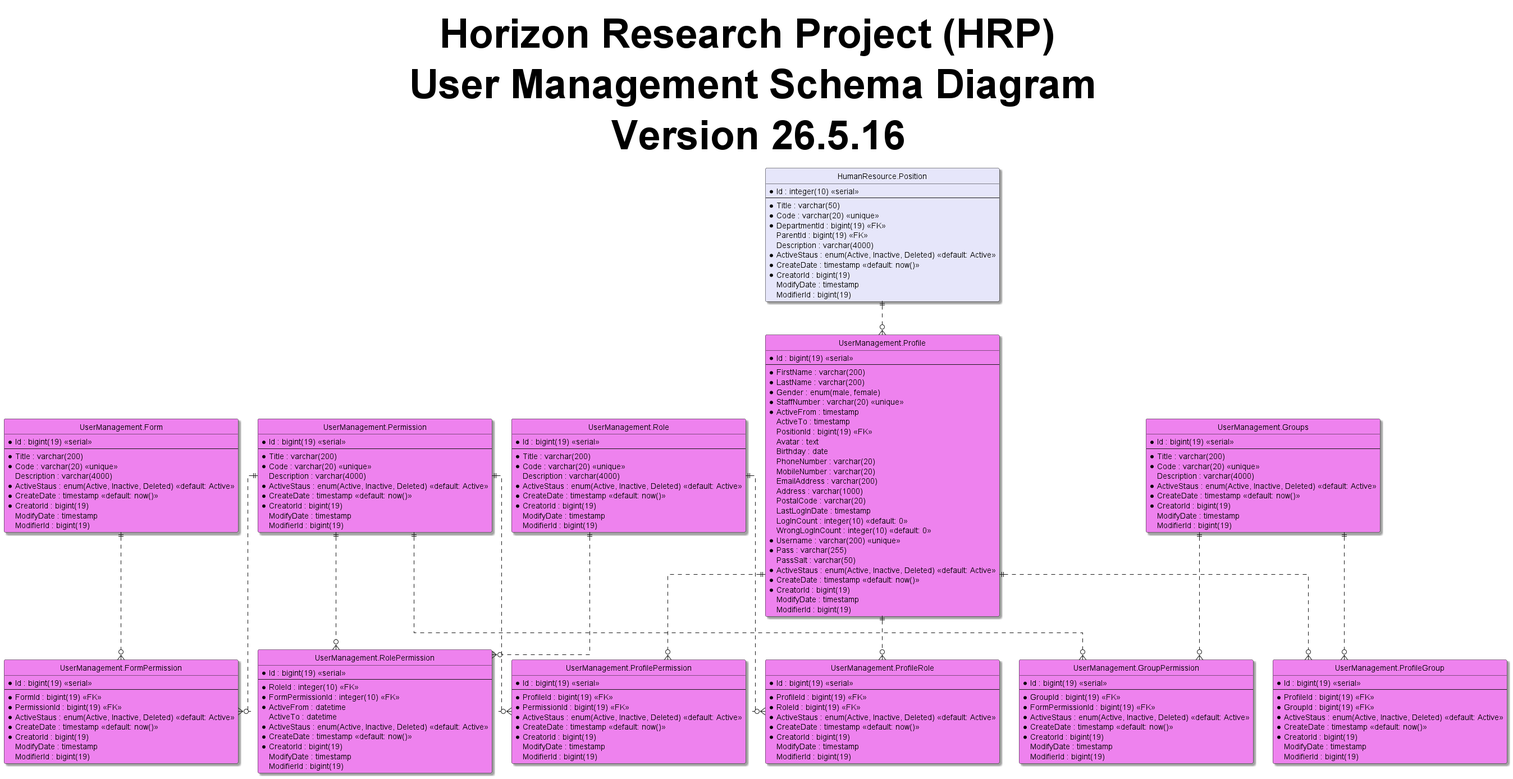
This is 3-HorizonModeling/3.1-HorizonUml/out/ERD/Schemas/UserManagementSchemaDiagram.png from shadowfox1984/Horizon, a PlantUML export, as it was before one commit.
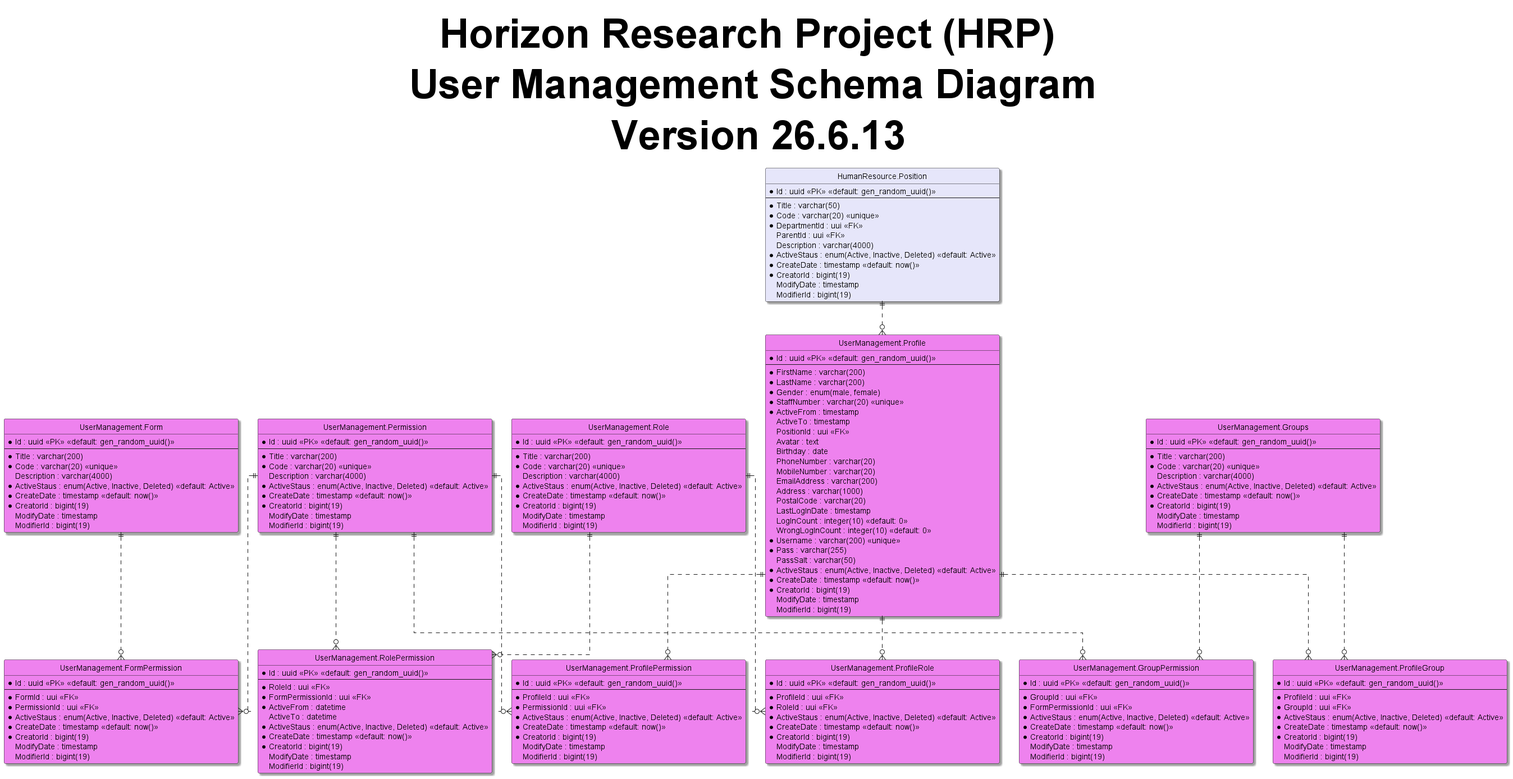
The same file after the commit.

Diff of the diagram source:
```diff
@@ -5,15 +5,15 @@
 skinparam Shadowing True
 skinparam TitleFontSize 72pt
 
-title Horizon Research Project (HRP) \n User Management Schema Diagram \n Version 26.5.16
+title Horizon Research Project (HRP) \n User Management Schema Diagram \n Version 26.6.13
 
 entity "HumanResource.Position" as position #Lavender{
-  *Id : integer(10) <<serial>>
+  *Id : uuid <<PK>> <<default: gen_random_uuid()>>
   --
   *Title : varchar(50)
   *Code : varchar(20) <<unique>>
-  *DepartmentId : bigint(19) <<FK>>
-  ParentId : bigint(19) <<FK>>
+  *DepartmentId : uui <<FK>>
+  ParentId : uui <<FK>>
   Description : varchar(4000)
   *ActiveStaus : enum(Active, Inactive, Deleted) <<default: Active>>
   *CreateDate : timestamp <<default: now()>>
@@ -23,7 +23,7 @@
 }
 
 entity "UserManagement.Role" as role #Violet{
-  *Id : bigint(19) <<serial>>
+  *Id : uuid <<PK>> <<default: gen_random_uuid()>>
   --
   *Title : varchar(200)
   *Code : varchar(20) <<unique>>
@@ -36,7 +36,7 @@
 }
 
 entity "UserManagement.Groups" as groups #Violet{
-  *Id : bigint(19) <<serial>>
+  *Id : uuid <<PK>> <<default: gen_random_uuid()>>
   --
   *Title : varchar(200)
   *Code : varchar(20) <<unique>>
@@ -49,7 +49,7 @@
 }
 
 entity "UserManagement.Permission" as permission #Violet{
-  *Id : bigint(19) <<serial>>
+  *Id : uuid <<PK>> <<default: gen_random_uuid()>>
   --
   *Title : varchar(200)
   *Code : varchar(20) <<unique>>
@@ -62,7 +62,7 @@
 }
 
 entity "UserManagement.Form" as form #Violet{
-  *Id : bigint(19) <<serial>>
+  *Id : uuid <<PK>> <<default: gen_random_uuid()>>
   --
   *Title : varchar(200)
   *Code : varchar(20) <<unique>>
@@ -75,10 +75,10 @@
 }
 
 entity "UserManagement.FormPermission" as formPermission #Violet{
-  *Id : bigint(19) <<serial>>
+  *Id : uuid <<PK>> <<default: gen_random_uuid()>>
   --
-  *FormId : bigint(19) <<FK>>
-  *PermissionId : bigint(19) <<FK>>
+  *FormId : uui <<FK>>
+  *PermissionId : uui <<FK>>
   *ActiveStaus : enum(Active, Inactive, Deleted) <<default: Active>>
   *CreateDate : timestamp <<default: now()>>
   *CreatorId : bigint(19)
@@ -87,10 +87,10 @@
 }
 
 entity "UserManagement.RolePermission" as rolePermission #Violet{
-  *Id : bigint(19) <<serial>>
+  *Id : uuid <<PK>> <<default: gen_random_uuid()>>
   --
-  *RoleId : integer(10) <<FK>>
-  *FormPermissionId : integer(10) <<FK>>
+  *RoleId : uui <<FK>>
+  *FormPermissionId : uui <<FK>>
   *ActiveFrom : datetime
   ActiveTo : datetime
   *ActiveStaus : enum(Active, Inactive, Deleted) <<default: Active>>
@@ -101,10 +101,10 @@
 }
 
 entity "UserManagement.GroupPermission" as groupPermission #Violet{
-  *Id : bigint(19) <<serial>>
+  *Id : uuid <<PK>> <<default: gen_random_uuid()>>
   --
-  *GroupId : bigint(19) <<FK>>
-  *FormPermissionId : bigint(19) <<FK>>
+  *GroupId : uui <<FK>>
+  *FormPermissionId : uui <<FK>>
   *ActiveStaus : enum(Active, Inactive, Deleted) <<default: Active>>
   *CreateDate : timestamp <<default: now()>>
   *CreatorId : bigint(19)
@@ -113,10 +113,10 @@
 }
 
 entity "UserManagement.ProfilePermission" as profilePermission #Violet{
-  *Id : bigint(19) <<serial>>
+  *Id : uuid <<PK>> <<default: gen_random_uuid()>>
   --
-  *ProfileId : bigint(19) <<FK>>
-  *PermissionId : bigint(19) <<FK>>
+  *ProfileId : uui <<FK>>
+  *PermissionId : uui <<FK>>
   *ActiveStaus : enum(Active, Inactive, Deleted) <<default: Active>>
   *CreateDate : timestamp <<default: now()>>
   *CreatorId : bigint(19)
@@ -125,7 +125,7 @@
 }
 
 entity "UserManagement.Profile" as profile #Violet{
-  *Id : bigint(19) <<serial>>
+  *Id : uuid <<PK>> <<default: gen_random_uuid()>>
   --
   *FirstName : varchar(200)
   *LastName : varchar(200)
@@ -133,7 +133,7 @@
   *StaffNumber : varchar(20) <<unique>>
   *ActiveFrom : timestamp
   ActiveTo : timestamp
-  PositionId : bigint(19) <<FK>>
+  PositionId : uui <<FK>>
   Avatar : text
   Birthday : date
   PhoneNumber : varchar(20)
@@ -155,10 +155,10 @@
 }
 
 entity "UserManagement.ProfileRole" as profileRole #Violet{
-  *Id : bigint(19) <<serial>>
+  *Id : uuid <<PK>> <<default: gen_random_uuid()>>
   --
-  *ProfileId : bigint(19) <<FK>>
-  *RoleId : bigint(19) <<FK>>
+  *ProfileId : uui <<FK>>
+  *RoleId : uui <<FK>>
   *ActiveStaus : enum(Active, Inactive, Deleted) <<default: Active>>
   *CreateDate : timestamp <<default: now()>>
   *CreatorId : bigint(19)
@@ -167,10 +167,10 @@
 }
 
 entity "UserManagement.ProfileGroup" as profileGroup #Violet{
-  *Id : bigint(19) <<serial>>
+  *Id : uuid <<PK>> <<default: gen_random_uuid()>>
   --
-  *ProfileId : bigint(19) <<FK>>
-  *GroupId : bigint(19) <<FK>>
+  *ProfileId : uui <<FK>>
+  *GroupId : uui <<FK>>
   *ActiveStaus : enum(Active, Inactive, Deleted) <<default: Active>>
   *CreateDate : timestamp <<default: now()>>
   *CreatorId : bigint(19)
```
